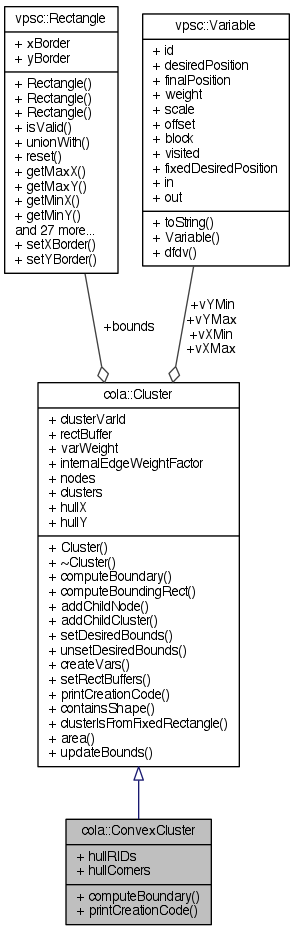
Above: documentation/classcola_1_1ConvexCluster__coll__graph.png in mjwybrow/adaptagrams (Graphviz), before the change. Its source is kept beside it as documentation/classcola_1_1ConvexCluster__coll__graph.dot. The source it was exported from:
```dot
digraph "cola::ConvexCluster"
{
  edge [fontname="Helvetica",fontsize="10",labelfontname="Helvetica",labelfontsize="10"];
  node [fontname="Helvetica",fontsize="10",shape=record];
  Node1 [label="{cola::ConvexCluster\n|+ hullRIDs\l+ hullCorners\l|+ computeBoundary()\l+ printCreationCode()\l}",height=0.2,width=0.4,color="black", fillcolor="grey75", style="filled" fontcolor="black"];
  Node2 -> Node1 [dir="back",color="midnightblue",fontsize="10",style="solid",arrowtail="onormal",fontname="Helvetica"];
  Node2 [label="{cola::Cluster\n|+ clusterVarId\l+ rectBuffer\l+ varWeight\l+ internalEdgeWeightFactor\l+ nodes\l+ clusters\l+ hullX\l+ hullY\l|+ Cluster()\l+ ~Cluster()\l+ computeBoundary()\l+ computeBoundingRect()\l+ addChildNode()\l+ addChildCluster()\l+ setDesiredBounds()\l+ unsetDesiredBounds()\l+ createVars()\l+ setRectBuffers()\l+ printCreationCode()\l+ containsShape()\l+ clusterIsFromFixedRectangle()\l+ area()\l+ updateBounds()\l}",height=0.2,width=0.4,color="black", fillcolor="white", style="filled",URL="$classcola_1_1Cluster.html",tooltip="A cluster defines a hierarchical partitioning over the nodes which should be kept disjoint by the lay..."];
  Node3 -> Node2 [color="grey25",fontsize="10",style="solid",label=" +bounds" ,arrowhead="odiamond",fontname="Helvetica"];
  Node3 [label="{vpsc::Rectangle\n|+ xBorder\l+ yBorder\l|+ Rectangle()\l+ Rectangle()\l+ Rectangle()\l+ isValid()\l+ unionWith()\l+ reset()\l+ getMaxX()\l+ getMaxY()\l+ getMinX()\l+ getMinY()\land 27 more...\l+ setXBorder()\l+ setYBorder()\l}",height=0.2,width=0.4,color="black", fillcolor="white", style="filled",URL="$classvpsc_1_1Rectangle.html",tooltip="A rectangle represents a fixed-size shape in the diagram that may be moved to prevent overlaps and sa..."];
  Node4 -> Node2 [color="grey25",fontsize="10",style="solid",label=" +vYMin\n+vYMax\n+vXMin\n+vXMax" ,arrowhead="odiamond",fontname="Helvetica"];
  Node4 [label="{vpsc::Variable\n|+ id\l+ desiredPosition\l+ finalPosition\l+ weight\l+ scale\l+ offset\l+ block\l+ visited\l+ fixedDesiredPosition\l+ in\l+ out\l|+ toString()\l+ Variable()\l+ dfdv()\l}",height=0.2,width=0.4,color="black", fillcolor="white", style="filled",URL="$classvpsc_1_1Variable.html",tooltip="A variable is comprised of an ideal position, final position and a weight."];
}
```
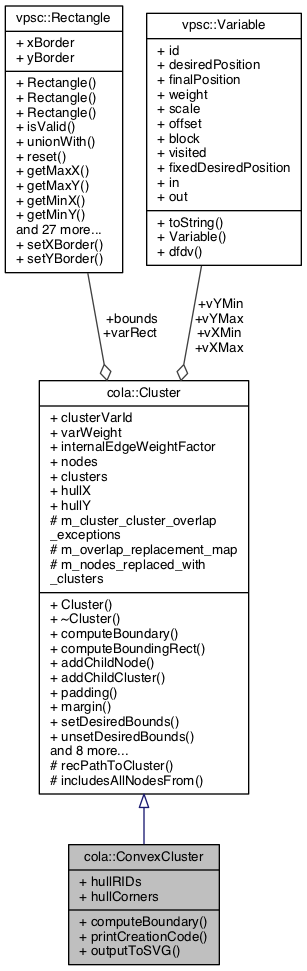
Above is the later version.

The edit, as a diff of the source:
```diff
@@ -2,11 +2,11 @@
 {
   edge [fontname="Helvetica",fontsize="10",labelfontname="Helvetica",labelfontsize="10"];
   node [fontname="Helvetica",fontsize="10",shape=record];
-  Node1 [label="{cola::ConvexCluster\n|+ hullRIDs\l+ hullCorners\l|+ computeBoundary()\l+ printCreationCode()\l}",height=0.2,width=0.4,color="black", fillcolor="grey75", style="filled" fontcolor="black"];
+  Node1 [label="{cola::ConvexCluster\n|+ hullRIDs\l+ hullCorners\l|+ computeBoundary()\l+ printCreationCode()\l+ outputToSVG()\l}",height=0.2,width=0.4,color="black", fillcolor="grey75", style="filled", fontcolor="black"];
   Node2 -> Node1 [dir="back",color="midnightblue",fontsize="10",style="solid",arrowtail="onormal",fontname="Helvetica"];
-  Node2 [label="{cola::Cluster\n|+ clusterVarId\l+ rectBuffer\l+ varWeight\l+ internalEdgeWeightFactor\l+ nodes\l+ clusters\l+ hullX\l+ hullY\l|+ Cluster()\l+ ~Cluster()\l+ computeBoundary()\l+ computeBoundingRect()\l+ addChildNode()\l+ addChildCluster()\l+ setDesiredBounds()\l+ unsetDesiredBounds()\l+ createVars()\l+ setRectBuffers()\l+ printCreationCode()\l+ containsShape()\l+ clusterIsFromFixedRectangle()\l+ area()\l+ updateBounds()\l}",height=0.2,width=0.4,color="black", fillcolor="white", style="filled",URL="$classcola_1_1Cluster.html",tooltip="A cluster defines a hierarchical partitioning over the nodes which should be kept disjoint by the lay..."];
-  Node3 -> Node2 [color="grey25",fontsize="10",style="solid",label=" +bounds" ,arrowhead="odiamond",fontname="Helvetica"];
+  Node2 [label="{cola::Cluster\n|+ clusterVarId\l+ varWeight\l+ internalEdgeWeightFactor\l+ nodes\l+ clusters\l+ hullX\l+ hullY\l# m_cluster_cluster_overlap\l_exceptions\l# m_overlap_replacement_map\l# m_nodes_replaced_with\l_clusters\l|+ Cluster()\l+ ~Cluster()\l+ computeBoundary()\l+ computeBoundingRect()\l+ addChildNode()\l+ addChildCluster()\l+ padding()\l+ margin()\l+ setDesiredBounds()\l+ unsetDesiredBounds()\land 8 more...\l# recPathToCluster()\l# includesAllNodesFrom()\l}",height=0.2,width=0.4,color="black", fillcolor="white", style="filled",URL="$classcola_1_1Cluster.html",tooltip="A cluster defines a hierarchical partitioning over the nodes which should be kept disjoint by the lay..."];
+  Node3 -> Node2 [color="grey25",fontsize="10",style="solid",label=" +bounds\n+varRect" ,arrowhead="odiamond",fontname="Helvetica"];
   Node3 [label="{vpsc::Rectangle\n|+ xBorder\l+ yBorder\l|+ Rectangle()\l+ Rectangle()\l+ Rectangle()\l+ isValid()\l+ unionWith()\l+ reset()\l+ getMaxX()\l+ getMaxY()\l+ getMinX()\l+ getMinY()\land 27 more...\l+ setXBorder()\l+ setYBorder()\l}",height=0.2,width=0.4,color="black", fillcolor="white", style="filled",URL="$classvpsc_1_1Rectangle.html",tooltip="A rectangle represents a fixed-size shape in the diagram that may be moved to prevent overlaps and sa..."];
   Node4 -> Node2 [color="grey25",fontsize="10",style="solid",label=" +vYMin\n+vYMax\n+vXMin\n+vXMax" ,arrowhead="odiamond",fontname="Helvetica"];
-  Node4 [label="{vpsc::Variable\n|+ id\l+ desiredPosition\l+ finalPosition\l+ weight\l+ scale\l+ offset\l+ block\l+ visited\l+ fixedDesiredPosition\l+ in\l+ out\l|+ toString()\l+ Variable()\l+ dfdv()\l}",height=0.2,width=0.4,color="black", fillcolor="white", style="filled",URL="$classvpsc_1_1Variable.html",tooltip="A variable is comprised of an ideal position, final position and a weight."];
+  Node4 [label="{vpsc::Variable\n|+ id\l+ desiredPosition\l+ finalPosition\l+ weight\l+ scale\l+ offset\l+ block\l+ visited\l+ fixedDesiredPosition\l+ in\l+ out\l|+ toString()\l+ Variable()\l+ dfdv()\l}",height=0.2,width=0.4,color="black", fillcolor="white", style="filled",URL="$classvpsc_1_1Variable.html",tooltip="A variable is comprised of an ideal position, final position and a weight. "];
 }
```
